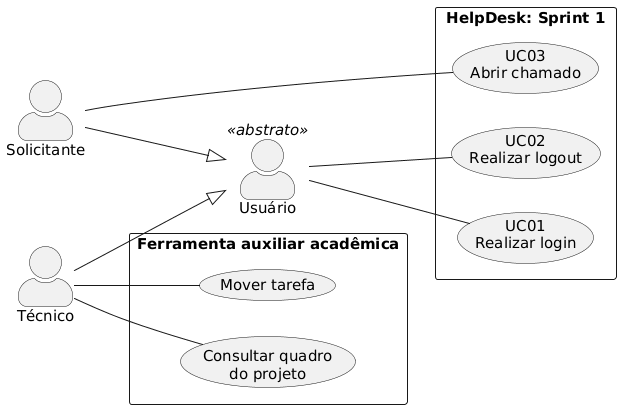
Above: docs/diagrams/entrega-use-cases.png in Lfijho/chamadosLES (PlantUML), before the change. Its diagram source:
```plantuml
@startuml
left to right direction
skinparam backgroundColor #FFFFFF
skinparam shadowing false
skinparam defaultFontName SansSerif
skinparam actorStyle awesome
skinparam defaultFontSize 15
actor "Usuário" as User <<abstrato>>
actor "Solicitante" as Requester
actor "Técnico" as Tech
Requester --|> User
Tech --|> User
rectangle "HelpDesk: Sprint 1" {
  usecase "UC01\nRealizar login" as Login
  usecase "UC02\nRealizar logout" as Logout
  usecase "UC03\nAbrir chamado" as Open
}
User -- Login
User -- Logout
Requester -- Open
rectangle "Ferramenta auxiliar acadêmica" {
  usecase "Consultar quadro\ndo projeto" as Board
  usecase "Mover tarefa" as Move
}
Tech -- Board
Tech -- Move
@enduml
```
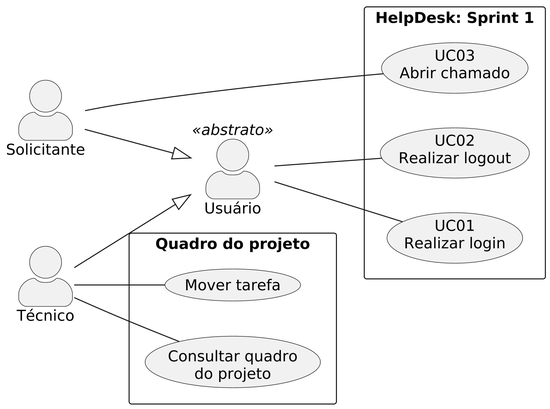
The same file after the commit.

The edit, as a diff of the source:
```diff
@@ -2,6 +2,7 @@
 left to right direction
 skinparam backgroundColor #FFFFFF
 skinparam shadowing false
+skinparam dpi 300
 skinparam defaultFontName SansSerif
 skinparam actorStyle awesome
 skinparam defaultFontSize 15
@@ -18,7 +19,7 @@
 User -- Login
 User -- Logout
 Requester -- Open
-rectangle "Ferramenta auxiliar acadêmica" {
+rectangle "Quadro do projeto" {
   usecase "Consultar quadro\ndo projeto" as Board
   usecase "Mover tarefa" as Move
 }
```
